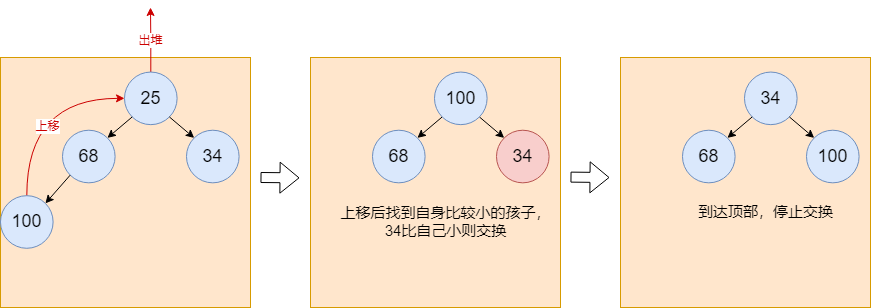
muxicode/c153080686 keeps this draw.io diagram as algrithem/heap_step_9.drawio.png. Above is the earlier version. Source tidied: cells renumbered, new cells last; positions are measured from the earlier drawing's top-left corner, leaving out a move shared by most shapes.
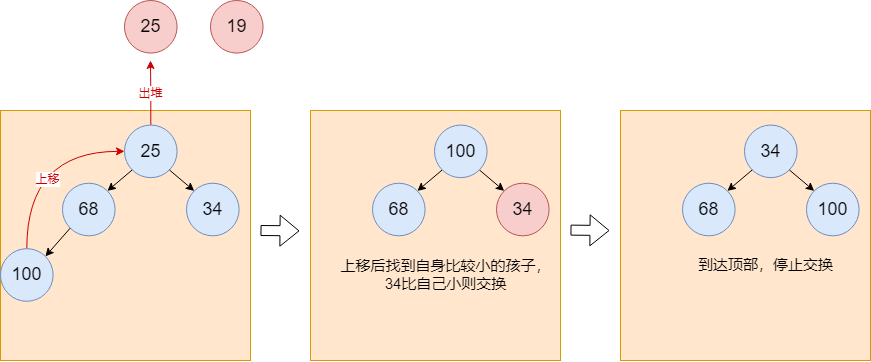
Later version of the same file.

Change to the diagram source:
```diff
@@ -98,5 +98,11 @@
         <mxPoint x="299" y="170.4" as="targetPoint" />
       </mxGeometry>
     </mxCell>
+    <mxCell id="30" value="&lt;font style=&quot;font-size: 18px;&quot;&gt;19&lt;/font&gt;" style="ellipse;whiteSpace=wrap;html=1;fillColor=#f8cecc;strokeColor=#b85450;" parent="1" vertex="1">
+      <mxGeometry x="210" y="-60" width="52.6" height="52.6" as="geometry" />
+    </mxCell>
+    <mxCell id="31" value="&lt;font style=&quot;font-size: 18px;&quot;&gt;25&lt;/font&gt;" style="ellipse;whiteSpace=wrap;html=1;fillColor=#f8cecc;strokeColor=#b85450;" parent="1" vertex="1">
+      <mxGeometry x="124" y="-60" width="52.6" height="52.6" as="geometry" />
+    </mxCell>
   </root>
 </mxGraphModel>
```
